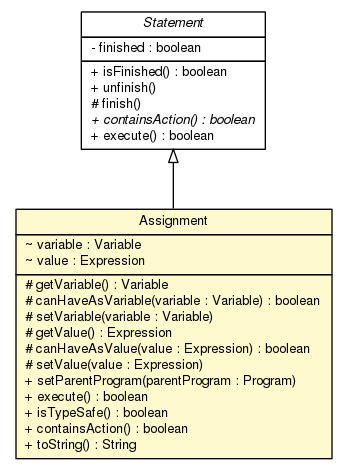
sinopeus/asteroids keeps this Graphviz diagram as doc/model/programs/parsing/language/statement/Assignment.png. Above is the earlier version. Its source is kept beside it as doc/model/programs/parsing/language/statement/Assignment.dot.
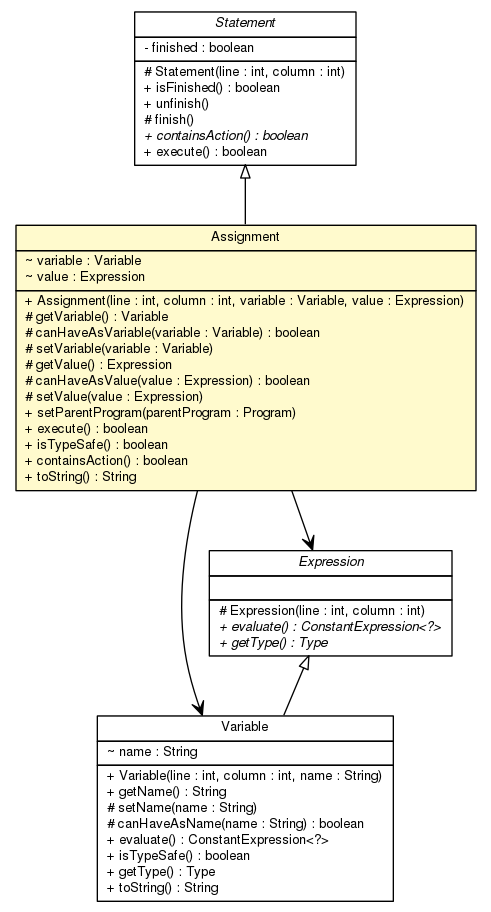
After the commit.

What changed in the source:
```diff
@@ -4,7 +4,38 @@
 	node [fontname="Helvetica",fontsize=10,shape=plaintext];
 	nodesep=0.25;
 	ranksep=0.5;
-	c3352 [label=<<table title="model.programs.parsing.language.statement.Statement" border="0" cellborder="1" cellspacing="0" cellpadding="2" port="p" href="./Statement.html">
+	c3323 [label=<<table title="model.programs.parsing.language.expression.Variable" border="0" cellborder="1" cellspacing="0" cellpadding="2" port="p" href="../expression/Variable.html">
+		<tr><td><table border="0" cellspacing="0" cellpadding="1">
+<tr><td align="center" balign="center"> Variable </td></tr>
+		</table></td></tr>
+		<tr><td><table border="0" cellspacing="0" cellpadding="1">
+<tr><td align="left" balign="left"> ~ name : String </td></tr>
+		</table></td></tr>
+		<tr><td><table border="0" cellspacing="0" cellpadding="1">
+<tr><td align="left" balign="left"> + Variable(line : int, column : int, name : String) </td></tr>
+<tr><td align="left" balign="left"> + getName() : String </td></tr>
+<tr><td align="left" balign="left"> # setName(name : String) </td></tr>
+<tr><td align="left" balign="left"> # canHaveAsName(name : String) : boolean </td></tr>
+<tr><td align="left" balign="left"> + evaluate() : ConstantExpression&lt;?&gt; </td></tr>
+<tr><td align="left" balign="left"> + isTypeSafe() : boolean </td></tr>
+<tr><td align="left" balign="left"> + getType() : Type </td></tr>
+<tr><td align="left" balign="left"> + toString() : String </td></tr>
+		</table></td></tr>
+		</table>>, URL="../expression/Variable.html", fontname="Helvetica", fontcolor="black", fontsize=10.0];
+	c3324 [label=<<table title="model.programs.parsing.language.expression.Expression" border="0" cellborder="1" cellspacing="0" cellpadding="2" port="p" href="../expression/Expression.html">
+		<tr><td><table border="0" cellspacing="0" cellpadding="1">
+<tr><td align="center" balign="center"><font face="Helvetica-Oblique"> Expression </font></td></tr>
+		</table></td></tr>
+		<tr><td><table border="0" cellspacing="0" cellpadding="1">
+<tr><td align="left" balign="left">  </td></tr>
+		</table></td></tr>
+		<tr><td><table border="0" cellspacing="0" cellpadding="1">
+<tr><td align="left" balign="left"> # Expression(line : int, column : int) </td></tr>
+<tr><td align="left" balign="left"><font face="Helvetica-Oblique" point-size="10.0"> + evaluate() : ConstantExpression&lt;?&gt; </font></td></tr>
+<tr><td align="left" balign="left"><font face="Helvetica-Oblique" point-size="10.0"> + getType() : Type </font></td></tr>
+		</table></td></tr>
+		</table>>, URL="../expression/Expression.html", fontname="Helvetica", fontcolor="black", fontsize=10.0];
+	c3363 [label=<<table title="model.programs.parsing.language.statement.Statement" border="0" cellborder="1" cellspacing="0" cellpadding="2" port="p" href="./Statement.html">
 		<tr><td><table border="0" cellspacing="0" cellpadding="1">
 <tr><td align="center" balign="center"><font face="Helvetica-Oblique"> Statement </font></td></tr>
 		</table></td></tr>
@@ -12,6 +43,7 @@
 <tr><td align="left" balign="left"> - finished : boolean </td></tr>
 		</table></td></tr>
 		<tr><td><table border="0" cellspacing="0" cellpadding="1">
+<tr><td align="left" balign="left"> # Statement(line : int, column : int) </td></tr>
 <tr><td align="left" balign="left"> + isFinished() : boolean </td></tr>
 <tr><td align="left" balign="left"> + unfinish() </td></tr>
 <tr><td align="left" balign="left"> # finish() </td></tr>
@@ -19,7 +51,7 @@
 <tr><td align="left" balign="left"> + execute() : boolean </td></tr>
 		</table></td></tr>
 		</table>>, URL="./Statement.html", fontname="Helvetica", fontcolor="black", fontsize=10.0];
-	c3354 [label=<<table title="model.programs.parsing.language.statement.Assignment" border="0" cellborder="1" cellspacing="0" cellpadding="2" port="p" bgcolor="lemonChiffon" href="./Assignment.html">
+	c3365 [label=<<table title="model.programs.parsing.language.statement.Assignment" border="0" cellborder="1" cellspacing="0" cellpadding="2" port="p" bgcolor="lemonChiffon" href="./Assignment.html">
 		<tr><td><table border="0" cellspacing="0" cellpadding="1">
 <tr><td align="center" balign="center"> Assignment </td></tr>
 		</table></td></tr>
@@ -28,6 +60,7 @@
 <tr><td align="left" balign="left"> ~ value : Expression </td></tr>
 		</table></td></tr>
 		<tr><td><table border="0" cellspacing="0" cellpadding="1">
+<tr><td align="left" balign="left"> + Assignment(line : int, column : int, variable : Variable, value : Expression) </td></tr>
 <tr><td align="left" balign="left"> # getVariable() : Variable </td></tr>
 <tr><td align="left" balign="left"> # canHaveAsVariable(variable : Variable) : boolean </td></tr>
 <tr><td align="left" balign="left"> # setVariable(variable : Variable) </td></tr>
@@ -41,5 +74,8 @@
 <tr><td align="left" balign="left"> + toString() : String </td></tr>
 		</table></td></tr>
 		</table>>, URL="./Assignment.html", fontname="Helvetica", fontcolor="black", fontsize=10.0];
-	c3352:p -> c3354:p [dir=back,arrowtail=empty];
+	c3324:p -> c3323:p [dir=back,arrowtail=empty];
+	c3363:p -> c3365:p [dir=back,arrowtail=empty];
+	c3365:p -> c3323:p [taillabel="", label="", headlabel="", fontname="Helvetica", fontcolor="black", fontsize=10.0, color="black", arrowhead=open];
+	c3365:p -> c3324:p [taillabel="", label="", headlabel="", fontname="Helvetica", fontcolor="black", fontsize=10.0, color="black", arrowhead=open];
 }
```
